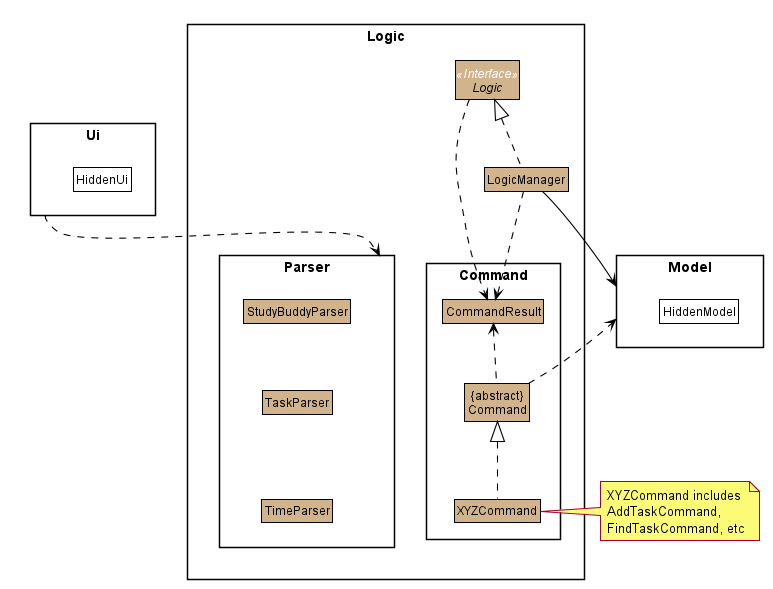
Above: docs/images/LogicClassDiagram.png in wyt-sonia/main (PlantUML), before the change.
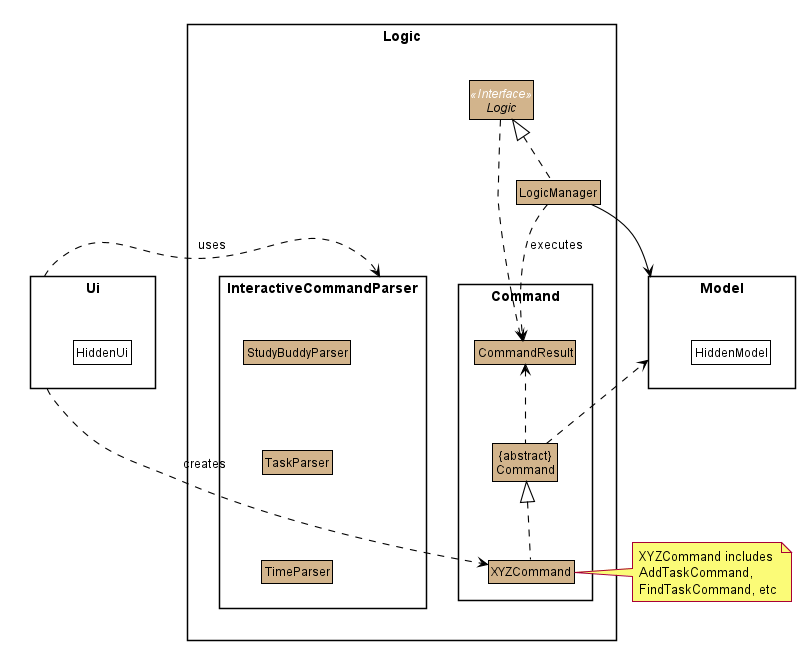
The same diagram one commit later.

Commit message:
update logic diagram

The edit, as a diff of the source:
```diff
@@ -54,7 +54,7 @@
 
 package Logic {
 
-package Parser {
+package InteractiveCommandParser {
 Class TaskParser
 Class TimeParser
 Class StudyBuddyParser
@@ -79,9 +79,9 @@
 Class HiddenUi #FFFFFF
 }
 
-Ui .up.>Parser
-
-Parser---[hidden]>XYZCommand
+Ui .>InteractiveCommandParser : uses
+Ui .>XYZCommand : creates
+InteractiveCommandParser---[hidden]>XYZCommand
 
 note right of XYZCommand: XYZCommand includes \nAddTaskCommand, \nFindTaskCommand, etc
 
@@ -99,7 +99,7 @@
 
 
 Logic ..> CommandResult
-LogicManager .down.> CommandResult
+LogicManager .down.> CommandResult : executes
 Command .up.> CommandResult
 
 
```
